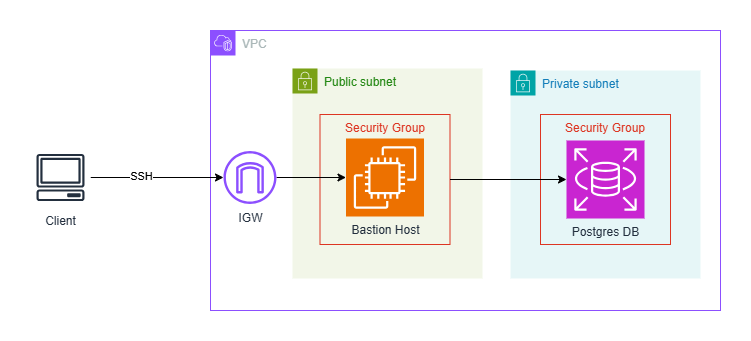
Earlier version of the draw.io export MicroservicesServerlessApp/assets/BastionHostSetup.drawio.png (johndev4/aws-projects). Source tidied: cells renumbered, new cells last; positions are measured from the earlier drawing's top-left corner, leaving out a move shared by most shapes.
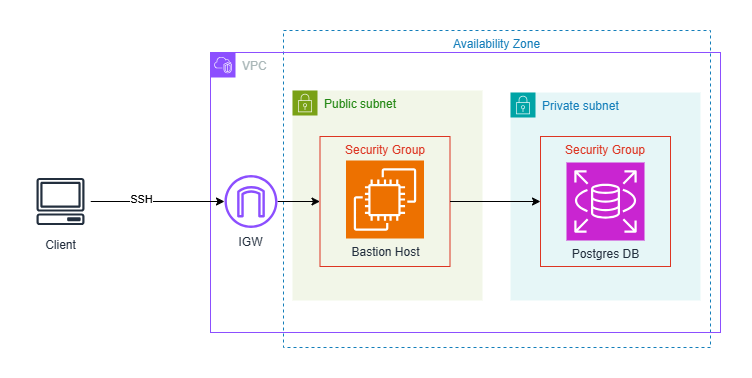
The same file after the commit.

Commit message:
[Microservices Serverless] update asset images

What changed in the source:
```diff
@@ -2,6 +2,9 @@
   <root>
     <mxCell id="0" />
     <mxCell id="1" parent="0" />
+    <mxCell id="15" value="Availability Zone" style="fillColor=none;strokeColor=#147EBA;dashed=1;verticalAlign=top;fontStyle=0;fontColor=#147EBA;whiteSpace=wrap;html=1;" parent="1" vertex="1">
+      <mxGeometry x="253" y="-22" width="427" height="317" as="geometry" />
+    </mxCell>
     <mxCell id="2" value="VPC" style="gradientColor=none;html=1;whiteSpace=wrap;fontSize=12;fontStyle=0;shape=mxgraph.aws4.group;grIcon=mxgraph.aws4.group_vpc2;strokeColor=#8C4FFF;fillColor=none;verticalAlign=top;align=left;spacingLeft=30;fontColor=#AAB7B8;dashed=0;" parent="1" vertex="1">
       <mxGeometry x="180" width="510" height="280" as="geometry" />
     </mxCell>
@@ -14,11 +17,11 @@
     <mxCell id="5" value="Bastion Host" style="sketch=0;points=[[0,0,0],[0.25,0,0],[0.5,0,0],[0.75,0,0],[1,0,0],[0,1,0],[0.25,1,0],[0.5,1,0],[0.75,1,0],[1,1,0],[0,0.25,0],[0,0.5,0],[0,0.75,0],[1,0.25,0],[1,0.5,0],[1,0.75,0]];outlineConnect=0;fontColor=#232F3E;fillColor=#ED7100;strokeColor=#ffffff;dashed=0;verticalLabelPosition=bottom;verticalAlign=top;align=center;html=1;fontSize=12;fontStyle=0;shape=mxgraph.aws4.resourceIcon;resIcon=mxgraph.aws4.ec2;" parent="3" vertex="1">
       <mxGeometry x="53.5" y="70" width="78" height="78" as="geometry" />
     </mxCell>
-    <mxCell id="6" style="edgeStyle=orthogonalEdgeStyle;rounded=0;jettySize=auto;html=1;" parent="2" edge="1" source="7" target="5">
-      <mxGeometry relative="1" as="geometry" />
-    </mxCell>
+    <mxCell id="16" style="edgeStyle=orthogonalEdgeStyle;rounded=0;jettySize=auto;html=1;entryX=0;entryY=0.5;entryDx=0;entryDy=0;" parent="2" edge="1" source="7" target="4">
+      <mxGeometry relative="1" as="geometry" />
+    </mxCell>
     <mxCell id="7" value="IGW" style="sketch=0;outlineConnect=0;fontColor=#232F3E;gradientColor=none;fillColor=#8C4FFF;strokeColor=none;dashed=0;verticalLabelPosition=bottom;verticalAlign=top;align=center;html=1;fontSize=12;fontStyle=0;shape=mxgraph.aws4.internet_gateway;" parent="2" vertex="1">
-      <mxGeometry x="13" y="120.5" width="53" height="53" as="geometry" />
+      <mxGeometry x="14" y="122.5" width="53" height="53" as="geometry" />
     </mxCell>
     <mxCell id="8" value="Private subnet" style="gradientColor=none;html=1;whiteSpace=wrap;fontSize=12;fontStyle=0;shape=mxgraph.aws4.group;grIcon=mxgraph.aws4.group_security_group;grStroke=0;strokeColor=#00A4A6;fillColor=#E6F6F7;verticalAlign=top;align=left;spacingLeft=30;fontColor=#147EBA;dashed=0;" parent="2" vertex="1">
       <mxGeometry x="300" y="40" width="190" height="208" as="geometry" />
@@ -29,9 +32,9 @@
     <mxCell id="10" value="Postgres DB" style="sketch=0;points=[[0,0,0],[0.25,0,0],[0.5,0,0],[0.75,0,0],[1,0,0],[0,1,0],[0.25,1,0],[0.5,1,0],[0.75,1,0],[1,1,0],[0,0.25,0],[0,0.5,0],[0,0.75,0],[1,0.25,0],[1,0.5,0],[1,0.75,0]];outlineConnect=0;fontColor=#232F3E;fillColor=#C925D1;strokeColor=#ffffff;dashed=0;verticalLabelPosition=bottom;verticalAlign=top;align=center;html=1;fontSize=12;fontStyle=0;shape=mxgraph.aws4.resourceIcon;resIcon=mxgraph.aws4.rds;" parent="8" vertex="1">
       <mxGeometry x="56" y="70" width="78" height="78" as="geometry" />
     </mxCell>
-    <mxCell id="11" style="edgeStyle=orthogonalEdgeStyle;rounded=0;jettySize=auto;html=1;entryX=0;entryY=0.5;entryDx=0;entryDy=0;entryPerimeter=0;" parent="2" edge="1" source="4" target="10">
-      <mxGeometry relative="1" as="geometry" />
-    </mxCell>
+    <mxCell id="17" style="edgeStyle=orthogonalEdgeStyle;rounded=0;jettySize=auto;html=1;entryX=0;entryY=0.5;entryDx=0;entryDy=0;" parent="2" edge="1" source="4" target="9">
+      <mxGeometry relative="1" as="geometry" />
+    </mxCell>
     <mxCell id="12" style="edgeStyle=orthogonalEdgeStyle;rounded=0;jettySize=auto;html=1;" parent="1" edge="1" source="14" target="7">
       <mxGeometry relative="1" as="geometry" />
     </mxCell>
@@ -39,7 +42,7 @@
       <mxGeometry x="-0.25" y="2" relative="1" as="geometry" />
     </mxCell>
     <mxCell id="14" value="Client" style="sketch=0;outlineConnect=0;fontColor=#232F3E;gradientColor=none;strokeColor=#232F3E;fillColor=#ffffff;dashed=0;verticalLabelPosition=bottom;verticalAlign=top;align=center;html=1;fontSize=12;fontStyle=0;shape=mxgraph.aws4.resourceIcon;resIcon=mxgraph.aws4.client;" parent="1" vertex="1">
-      <mxGeometry y="117" width="60" height="60" as="geometry" />
+      <mxGeometry y="119" width="60" height="60" as="geometry" />
     </mxCell>
   </root>
 </mxGraphModel>
```
